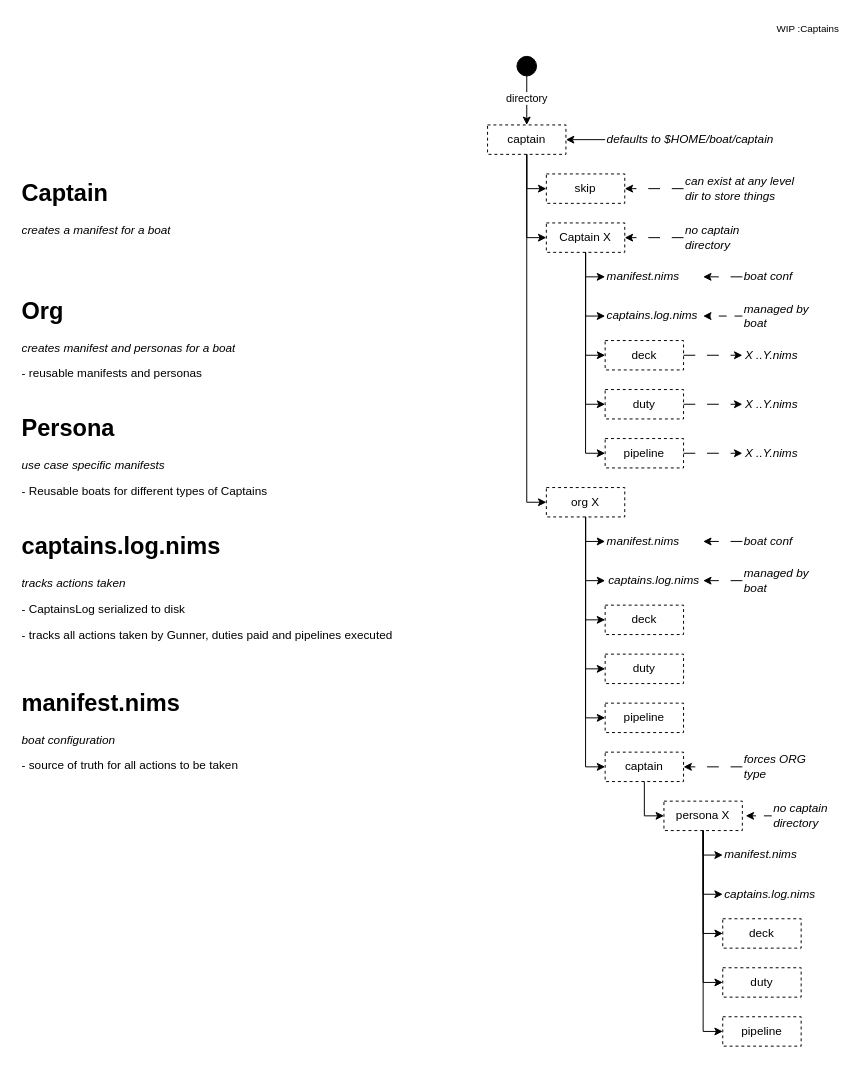
Before: page "captains" (3 of 6) of ADRs/boat_adr.drawio in nirv-ai/boat, a draw.io diagram. Source tidied: cells renumbered, new cells numbered last; positions are measured from the earlier drawing's top-left corner, leaving out a move shared by most shapes. Both pictures are drawn from the tidied source at 98%, with x=0, y=0 at pixel (17, 17).
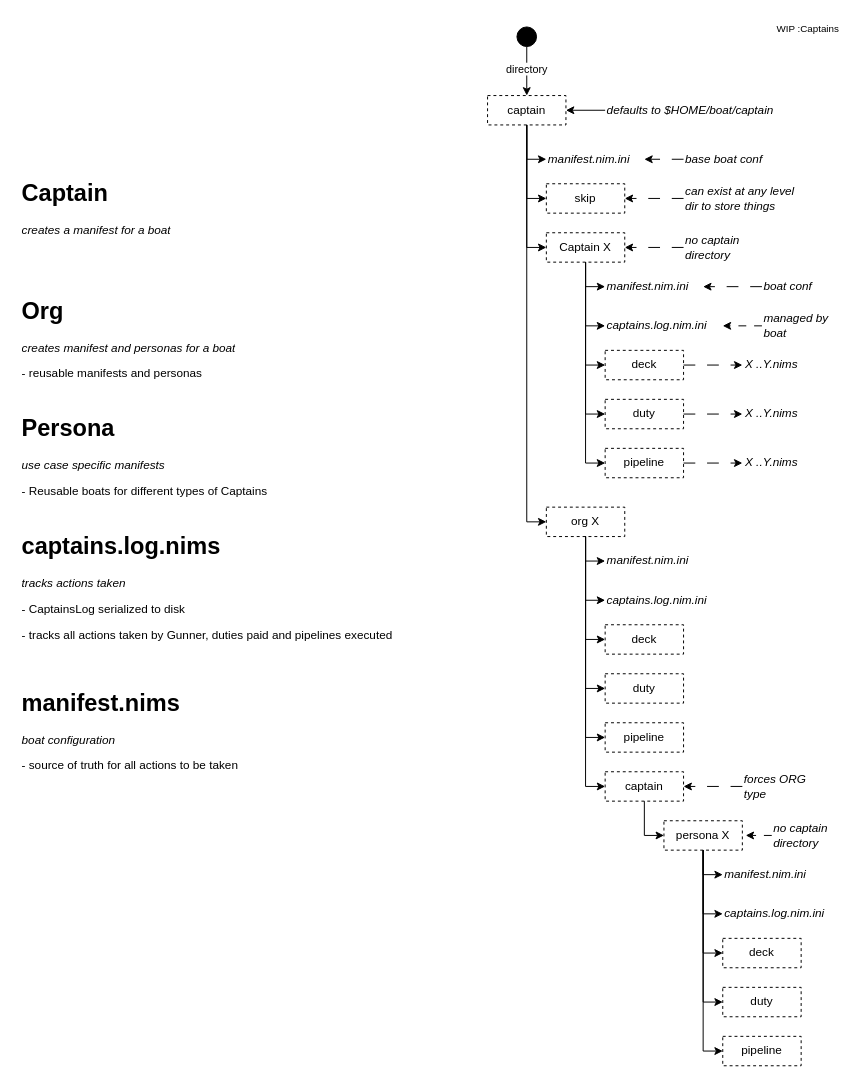
The same page after the edit.

Commit message (it also covers changes not shown here):
manifest scoping

Change to the diagram source:
```diff
@@
     <mxCell id="8" style="ellipse;whiteSpace=wrap;html=1;labelBackgroundColor=#504949;fillColor=#000000;" parent="1" vertex="1">
-      <mxGeometry x="510" y="40" width="20" height="20" as="geometry" />
+      <mxGeometry x="510" y="10" width="20" height="20" as="geometry" />
     </mxCell>
-    <mxCell id="9" value="captain" style="text;html=1;strokeColor=default;fillColor=none;align=center;verticalAlign=middle;whiteSpace=wrap;rounded=0;dashed=1;" parent="1" vertex="1">
-      <mxGeometry x="480" y="110" width="80" height="30" as="geometry" />
-    </mxCell>
@@
     <mxCell id="12" value="Captain X" style="text;html=1;strokeColor=default;fillColor=none;align=center;verticalAlign=middle;whiteSpace=wrap;rounded=0;dashed=1;" parent="1" vertex="1">
-      <mxGeometry x="540" y="210" width="80" height="30" as="geometry" />
+      <mxGeometry x="540" y="220" width="80" height="30" as="geometry" />
     </mxCell>
@@
     <mxCell id="14" value="deck" style="text;html=1;strokeColor=default;fillColor=none;align=center;verticalAlign=middle;whiteSpace=wrap;rounded=0;dashed=1;" parent="1" vertex="1">
-      <mxGeometry x="600" y="330" width="80" height="30" as="geometry" />
+      <mxGeometry x="600" y="340" width="80" height="30" as="geometry" />
     </mxCell>
@@
     <mxCell id="16" value="duty" style="text;html=1;strokeColor=default;fillColor=none;align=center;verticalAlign=middle;whiteSpace=wrap;rounded=0;dashed=1;" parent="1" vertex="1">
-      <mxGeometry x="600" y="380" width="80" height="30" as="geometry" />
+      <mxGeometry x="600" y="390" width="80" height="30" as="geometry" />
     </mxCell>
@@
     <mxCell id="19" value="org X" style="text;html=1;strokeColor=default;fillColor=none;align=center;verticalAlign=middle;whiteSpace=wrap;rounded=0;dashed=1;" parent="1" vertex="1">
-      <mxGeometry x="540" y="480" width="80" height="30" as="geometry" />
+      <mxGeometry x="540" y="500" width="80" height="30" as="geometry" />
     </mxCell>
@@
     <mxCell id="21" value="deck" style="text;html=1;strokeColor=default;fillColor=none;align=center;verticalAlign=middle;whiteSpace=wrap;rounded=0;dashed=1;" parent="1" vertex="1">
-      <mxGeometry x="600" y="600" width="80" height="30" as="geometry" />
+      <mxGeometry x="600" y="620" width="80" height="30" as="geometry" />
     </mxCell>
@@
     <mxCell id="23" value="duty" style="text;html=1;strokeColor=default;fillColor=none;align=center;verticalAlign=middle;whiteSpace=wrap;rounded=0;dashed=1;" parent="1" vertex="1">
-      <mxGeometry x="600" y="650" width="80" height="30" as="geometry" />
+      <mxGeometry x="600" y="670" width="80" height="30" as="geometry" />
     </mxCell>
@@
     <mxCell id="25" value="captain" style="text;html=1;strokeColor=default;fillColor=none;align=center;verticalAlign=middle;whiteSpace=wrap;rounded=0;dashed=1;" parent="1" vertex="1">
-      <mxGeometry x="600" y="750" width="80" height="30" as="geometry" />
+      <mxGeometry x="600" y="770" width="80" height="30" as="geometry" />
     </mxCell>
@@
-    <mxCell id="28" value="persona X" style="text;html=1;strokeColor=default;fillColor=none;align=center;verticalAlign=middle;whiteSpace=wrap;rounded=0;dashed=1;" parent="1" vertex="1">
-      <mxGeometry x="660" y="800" width="80" height="30" as="geometry" />
-    </mxCell>
@@
     <mxCell id="30" value="deck" style="text;html=1;strokeColor=default;fillColor=none;align=center;verticalAlign=middle;whiteSpace=wrap;rounded=0;dashed=1;" parent="1" vertex="1">
-      <mxGeometry x="720" y="920" width="80" height="30" as="geometry" />
+      <mxGeometry x="720" y="940" width="80" height="30" as="geometry" />
     </mxCell>
@@
     <mxCell id="32" value="duty" style="text;html=1;strokeColor=default;fillColor=none;align=center;verticalAlign=middle;whiteSpace=wrap;rounded=0;dashed=1;" parent="1" vertex="1">
-      <mxGeometry x="720" y="970" width="80" height="30" as="geometry" />
+      <mxGeometry x="720" y="990" width="80" height="30" as="geometry" />
     </mxCell>
@@
-    <mxCell id="34" style="edgeStyle=orthogonalEdgeStyle;rounded=0;jettySize=auto;html=1;entryX=1;entryY=0.5;entryDx=0;entryDy=0;strokeColor=default;dashed=1;dashPattern=12 12;exitX=0;exitY=0.5;exitDx=0;exitDy=0;" parent="1" edge="1" source="35" target="12">
-      <mxGeometry relative="1" as="geometry" />
-    </mxCell>
-    <mxCell id="35" value="no captain directory" style="text;html=1;strokeColor=none;fillColor=none;align=left;verticalAlign=middle;whiteSpace=wrap;rounded=0;fontStyle=2;" parent="1" vertex="1">
-      <mxGeometry x="680" y="210" width="80" height="30" as="geometry" />
-    </mxCell>
-    <mxCell id="36" value="X ..Y.nims" style="text;html=1;strokeColor=none;fillColor=none;align=center;verticalAlign=middle;whiteSpace=wrap;rounded=0;fontStyle=2;" parent="1" vertex="1">
-      <mxGeometry x="740" y="330" width="60" height="30" as="geometry" />
-    </mxCell>
-    <mxCell id="37" style="edgeStyle=orthogonalEdgeStyle;rounded=0;jettySize=auto;html=1;entryX=0;entryY=0.5;entryDx=0;entryDy=0;dashed=1;dashPattern=12 12;strokeColor=default;" parent="1" edge="1" source="14" target="36">
-      <mxGeometry relative="1" as="geometry" />
-    </mxCell>
-    <mxCell id="38" value="X ..Y.nims" style="text;html=1;strokeColor=none;fillColor=none;align=center;verticalAlign=middle;whiteSpace=wrap;rounded=0;fontStyle=2;" parent="1" vertex="1">
-      <mxGeometry x="740" y="380" width="60" height="30" as="geometry" />
-    </mxCell>
-    <mxCell id="39" style="edgeStyle=orthogonalEdgeStyle;rounded=0;jettySize=auto;html=1;entryX=0;entryY=0.5;entryDx=0;entryDy=0;dashed=1;dashPattern=12 12;strokeColor=default;" parent="1" edge="1" source="16" target="38">
-      <mxGeometry relative="1" as="geometry" />
-    </mxCell>
-    <mxCell id="40" style="edgeStyle=orthogonalEdgeStyle;rounded=0;jettySize=auto;html=1;entryX=1;entryY=0.5;entryDx=0;entryDy=0;strokeColor=default;dashed=1;dashPattern=12 12;" parent="1" edge="1" source="41" target="25">
-      <mxGeometry relative="1" as="geometry" />
-    </mxCell>
-    <mxCell id="41" value="forces ORG type" style="text;html=1;strokeColor=none;fillColor=none;align=left;verticalAlign=middle;whiteSpace=wrap;rounded=0;fontStyle=2;" parent="1" vertex="1">
-      <mxGeometry x="740" y="750" width="80" height="30" as="geometry" />
-    </mxCell>
     <mxCell id="42" value="skip" style="text;html=1;strokeColor=default;fillColor=none;align=center;verticalAlign=middle;whiteSpace=wrap;rounded=0;dashed=1;" parent="1" vertex="1">
-      <mxGeometry x="540" y="160" width="80" height="30" as="geometry" />
+      <mxGeometry x="540" y="170" width="80" height="30" as="geometry" />
     </mxCell>
@@
-    <mxCell id="44" style="edgeStyle=orthogonalEdgeStyle;rounded=0;jettySize=auto;html=1;entryX=1;entryY=0.5;entryDx=0;entryDy=0;dashed=1;dashPattern=12 12;" parent="1" edge="1" source="45" target="42">
-      <mxGeometry relative="1" as="geometry" />
-    </mxCell>
-    <mxCell id="45" value="can exist at any level&lt;br&gt;dir to store things" style="text;html=1;strokeColor=none;fillColor=none;align=left;verticalAlign=middle;whiteSpace=wrap;rounded=0;fontStyle=2;" parent="1" vertex="1">
-      <mxGeometry x="680" y="160" width="120" height="30" as="geometry" />
-    </mxCell>
     <mxCell id="46" value="pipeline" style="text;html=1;strokeColor=default;fillColor=none;align=center;verticalAlign=middle;whiteSpace=wrap;rounded=0;dashed=1;" parent="1" vertex="1">
-      <mxGeometry x="600" y="430" width="80" height="30" as="geometry" />
+      <mxGeometry x="600" y="440" width="80" height="30" as="geometry" />
     </mxCell>
@@
-    <mxCell id="48" value="X ..Y.nims" style="text;html=1;strokeColor=none;fillColor=none;align=center;verticalAlign=middle;whiteSpace=wrap;rounded=0;fontStyle=2;" parent="1" vertex="1">
-      <mxGeometry x="740" y="430" width="60" height="30" as="geometry" />
-    </mxCell>
-    <mxCell id="49" style="edgeStyle=orthogonalEdgeStyle;rounded=0;jettySize=auto;html=1;strokeColor=default;dashed=1;dashPattern=12 12;" parent="1" edge="1" source="46" target="48">
-      <mxGeometry relative="1" as="geometry" />
-    </mxCell>
     <mxCell id="50" value="pipeline" style="text;html=1;strokeColor=default;fillColor=none;align=center;verticalAlign=middle;whiteSpace=wrap;rounded=0;dashed=1;" parent="1" vertex="1">
-      <mxGeometry x="600" y="700" width="80" height="30" as="geometry" />
+      <mxGeometry x="600" y="720" width="80" height="30" as="geometry" />
     </mxCell>
@@
     <mxCell id="52" value="pipeline" style="text;html=1;strokeColor=default;fillColor=none;align=center;verticalAlign=middle;whiteSpace=wrap;rounded=0;dashed=1;" parent="1" vertex="1">
-      <mxGeometry x="720" y="1020" width="80" height="30" as="geometry" />
+      <mxGeometry x="720" y="1040" width="80" height="30" as="geometry" />
     </mxCell>
@@
-    <mxCell id="56" value="manifest.nims" style="text;html=1;strokeColor=none;fillColor=none;align=left;verticalAlign=middle;whiteSpace=wrap;rounded=0;fontStyle=2;" parent="1" vertex="1">
-      <mxGeometry x="720" y="840" width="80" height="30" as="geometry" />
+    <mxCell id="56" value="manifest.nim.ini" style="text;html=1;strokeColor=none;fillColor=none;align=left;verticalAlign=middle;whiteSpace=wrap;rounded=0;fontStyle=2;" parent="1" vertex="1">
+      <mxGeometry x="720" y="860" width="120" height="30" as="geometry" />
     </mxCell>
@@
+    <mxCell id="66" value="captains.log.nim.ini" style="text;html=1;strokeColor=none;fillColor=none;align=left;verticalAlign=middle;whiteSpace=wrap;rounded=0;fontStyle=2;" parent="1" vertex="1">
+      <mxGeometry x="720" y="900" width="120" height="30" as="geometry" />
+    </mxCell>
+    <mxCell id="79" style="group;" parent="1" vertex="1">
+      <mxGeometry x="740" y="770" width="80" height="30" as="geometry" />
+    </mxCell>
+    <mxCell id="41" value="forces ORG type" style="text;html=1;strokeColor=none;fillColor=none;align=left;verticalAlign=middle;whiteSpace=wrap;rounded=0;fontStyle=2;" parent="79" vertex="1">
+      <mxGeometry width="80" height="30" as="geometry" />
+    </mxCell>
+    <mxCell id="40" style="edgeStyle=orthogonalEdgeStyle;rounded=0;jettySize=auto;html=1;entryX=1;entryY=0.5;entryDx=0;entryDy=0;strokeColor=default;dashed=1;dashPattern=12 12;" parent="1" edge="1" source="41" target="25">
+      <mxGeometry relative="1" as="geometry" />
+    </mxCell>
+    <mxCell id="80" style="group;" parent="1" vertex="1">
+      <mxGeometry x="740" y="440" width="60" height="30" as="geometry" />
+    </mxCell>
+    <mxCell id="48" value="X ..Y.nims" style="text;html=1;strokeColor=none;fillColor=none;align=center;verticalAlign=middle;whiteSpace=wrap;rounded=0;fontStyle=2;" parent="80" vertex="1">
+      <mxGeometry width="60" height="30" as="geometry" />
+    </mxCell>
+    <mxCell id="49" style="edgeStyle=orthogonalEdgeStyle;rounded=0;jettySize=auto;html=1;strokeColor=default;dashed=1;dashPattern=12 12;" parent="80" edge="1" source="46" target="48">
+      <mxGeometry relative="1" as="geometry" />
+    </mxCell>
+    <mxCell id="81" style="group;" parent="1" vertex="1">
+      <mxGeometry x="740" y="390" width="60" height="30" as="geometry" />
+    </mxCell>
+    <mxCell id="38" value="X ..Y.nims" style="text;html=1;strokeColor=none;fillColor=none;align=center;verticalAlign=middle;whiteSpace=wrap;rounded=0;fontStyle=2;" parent="81" vertex="1">
+      <mxGeometry width="60" height="30" as="geometry" />
+    </mxCell>
+    <mxCell id="39" style="edgeStyle=orthogonalEdgeStyle;rounded=0;jettySize=auto;html=1;entryX=0;entryY=0.5;entryDx=0;entryDy=0;dashed=1;dashPattern=12 12;strokeColor=default;" parent="81" edge="1" source="16" target="38">
+      <mxGeometry relative="1" as="geometry" />
+    </mxCell>
+    <mxCell id="82" style="group;" parent="1" vertex="1">
+      <mxGeometry x="740" y="340" width="60" height="30" as="geometry" />
+    </mxCell>
+    <mxCell id="36" value="X ..Y.nims" style="text;html=1;strokeColor=none;fillColor=none;align=center;verticalAlign=middle;whiteSpace=wrap;rounded=0;fontStyle=2;" parent="82" vertex="1">
+      <mxGeometry width="60" height="30" as="geometry" />
+    </mxCell>
+    <mxCell id="37" style="edgeStyle=orthogonalEdgeStyle;rounded=0;jettySize=auto;html=1;entryX=0;entryY=0.5;entryDx=0;entryDy=0;dashed=1;dashPattern=12 12;strokeColor=default;" parent="82" edge="1" source="14" target="36">
+      <mxGeometry relative="1" as="geometry" />
+    </mxCell>
+    <mxCell id="83" style="group;" parent="1" vertex="1">
+      <mxGeometry x="680" y="220" width="80" height="30" as="geometry" />
+    </mxCell>
+    <mxCell id="35" value="no captain directory" style="text;html=1;strokeColor=none;fillColor=none;align=left;verticalAlign=middle;whiteSpace=wrap;rounded=0;fontStyle=2;" parent="83" vertex="1">
+      <mxGeometry width="80" height="30" as="geometry" />
+    </mxCell>
+    <mxCell id="34" style="edgeStyle=orthogonalEdgeStyle;rounded=0;jettySize=auto;html=1;entryX=1;entryY=0.5;entryDx=0;entryDy=0;strokeColor=default;dashed=1;dashPattern=12 12;exitX=0;exitY=0.5;exitDx=0;exitDy=0;" parent="1" edge="1" source="35" target="12">
+      <mxGeometry relative="1" as="geometry" />
+    </mxCell>
+    <mxCell id="84" style="group;" parent="1" vertex="1">
+      <mxGeometry x="680" y="170" width="120" height="30" as="geometry" />
+    </mxCell>
+    <mxCell id="45" value="can exist at any level&lt;br&gt;dir to store things" style="text;html=1;strokeColor=none;fillColor=none;align=left;verticalAlign=middle;whiteSpace=wrap;rounded=0;fontStyle=2;" parent="84" vertex="1">
+      <mxGeometry width="120" height="30" as="geometry" />
+    </mxCell>
+    <mxCell id="44" style="edgeStyle=orthogonalEdgeStyle;rounded=0;jettySize=auto;html=1;entryX=1;entryY=0.5;entryDx=0;entryDy=0;dashed=1;dashPattern=12 12;" parent="1" edge="1" source="45" target="42">
+      <mxGeometry relative="1" as="geometry" />
+    </mxCell>
+    <mxCell id="85" style="group;" parent="1" vertex="1">
+      <mxGeometry x="660" y="820" width="180" height="30" as="geometry" />
+    </mxCell>
+    <mxCell id="28" value="persona X" style="text;html=1;strokeColor=default;fillColor=none;align=center;verticalAlign=middle;whiteSpace=wrap;rounded=0;dashed=1;" parent="85" vertex="1">
+      <mxGeometry width="80" height="30" as="geometry" />
+    </mxCell>
+    <mxCell id="86" style="group;" parent="85" vertex="1">
+      <mxGeometry x="110" width="70" height="30" as="geometry" />
+    </mxCell>
+    <mxCell id="61" value="no captain directory" style="text;html=1;strokeColor=none;fillColor=none;align=left;verticalAlign=middle;whiteSpace=wrap;rounded=0;fontStyle=2;" parent="86" vertex="1">
+      <mxGeometry width="70" height="30" as="geometry" />
+    </mxCell>
+    <mxCell id="60" style="edgeStyle=orthogonalEdgeStyle;rounded=0;jettySize=auto;html=1;entryX=1.043;entryY=0.498;entryDx=0;entryDy=0;entryPerimeter=0;dashed=1;dashPattern=8 8;" parent="85" edge="1" source="61" target="28">
+      <mxGeometry relative="1" as="geometry" />
+    </mxCell>
+    <mxCell id="87" style="edgeStyle=orthogonalEdgeStyle;rounded=0;jettySize=auto;html=1;entryX=0;entryY=0.5;entryDx=0;entryDy=0;" parent="1" edge="1" source="9" target="90">
+      <mxGeometry relative="1" as="geometry" />
+    </mxCell>
+    <mxCell id="9" value="captain" style="text;html=1;strokeColor=default;fillColor=none;align=center;verticalAlign=middle;whiteSpace=wrap;rounded=0;dashed=1;" parent="1" vertex="1">
+      <mxGeometry x="480" y="80" width="80" height="30" as="geometry" />
+    </mxCell>
+    <mxCell id="88" style="group;" parent="1" vertex="1">
+      <mxGeometry x="600" y="80" width="190" height="30" as="geometry" />
+    </mxCell>
+    <mxCell id="59" value="defaults to $HOME/boat/captain" style="text;html=1;strokeColor=none;fillColor=none;align=left;verticalAlign=middle;whiteSpace=wrap;rounded=0;fontStyle=2;" parent="88" vertex="1">
+      <mxGeometry width="190" height="30" as="geometry" />
+    </mxCell>
-    <mxCell id="58" style="edgeStyle=orthogonalEdgeStyle;rounded=0;jettySize=auto;html=1;entryX=1;entryY=0.5;entryDx=0;entryDy=0;strokeColor=default;" parent="1" edge="1" source="59" target="9">
+    <mxCell id="58" style="edgeStyle=orthogonalEdgeStyle;rounded=0;jettySize=auto;html=1;entryX=1;entryY=0.5;entryDx=0;entryDy=0;strokeColor=default;exitX=0;exitY=0.5;exitDx=0;exitDy=0;" parent="1" edge="1" source="59" target="9">
       <mxGeometry relative="1" as="geometry" />
     </mxCell>
-    <mxCell id="59" value="defaults to $HOME/boat/captain" style="text;html=1;strokeColor=none;fillColor=none;align=left;verticalAlign=middle;whiteSpace=wrap;rounded=0;fontStyle=2;" parent="1" vertex="1">
-      <mxGeometry x="600" y="110" width="190" height="30" as="geometry" />
-    </mxCell>
-    <mxCell id="60" style="edgeStyle=orthogonalEdgeStyle;rounded=0;jettySize=auto;html=1;entryX=1.043;entryY=0.498;entryDx=0;entryDy=0;entryPerimeter=0;dashed=1;dashPattern=8 8;" parent="1" edge="1" source="61" target="28">
-      <mxGeometry relative="1" as="geometry" />
-    </mxCell>
-    <mxCell id="61" value="no captain directory" style="text;html=1;strokeColor=none;fillColor=none;align=left;verticalAlign=middle;whiteSpace=wrap;rounded=0;fontStyle=2;" parent="1" vertex="1">
-      <mxGeometry x="770" y="800" width="70" height="30" as="geometry" />
-    </mxCell>
-    <mxCell id="62" style="group;" parent="1" vertex="1">
-      <mxGeometry x="600" y="290" width="240" height="30" as="geometry" />
-    </mxCell>
+    <mxCell id="89" style="group;" parent="1" vertex="1">
+      <mxGeometry x="540" y="130" width="240" height="30" as="geometry" />
+    </mxCell>
+    <mxCell id="90" value="manifest.nim.ini" style="text;html=1;strokeColor=none;fillColor=none;align=left;verticalAlign=middle;whiteSpace=wrap;rounded=0;fontStyle=2;" parent="89" vertex="1">
+      <mxGeometry width="100" height="30" as="geometry" />
+    </mxCell>
+    <mxCell id="91" style="edgeStyle=orthogonalEdgeStyle;rounded=0;jettySize=auto;html=1;entryX=1;entryY=0.5;entryDx=0;entryDy=0;strokeColor=default;dashed=1;dashPattern=12 12;" parent="89" edge="1" source="92" target="90">
+      <mxGeometry relative="1" as="geometry" />
+    </mxCell>
+    <mxCell id="92" value="base boat conf" style="text;html=1;strokeColor=none;fillColor=none;align=left;verticalAlign=middle;whiteSpace=wrap;rounded=0;fontStyle=2;" parent="89" vertex="1">
+      <mxGeometry x="140" width="100" height="30" as="geometry" />
+    </mxCell>
-    <mxCell id="63" value="captains.log.nims" style="text;html=1;strokeColor=none;fillColor=none;align=left;verticalAlign=middle;whiteSpace=wrap;rounded=0;fontStyle=2;" parent="62" vertex="1">
-      <mxGeometry width="100" height="30" as="geometry" />
+    <mxCell id="63" value="captains.log.nim.ini" style="text;html=1;strokeColor=none;fillColor=none;align=left;verticalAlign=middle;whiteSpace=wrap;rounded=0;fontStyle=2;" parent="1" vertex="1">
+      <mxGeometry x="600" y="300" width="120" height="30" as="geometry" />
     </mxCell>
-    <mxCell id="64" style="edgeStyle=orthogonalEdgeStyle;rounded=0;jettySize=auto;html=1;entryX=1;entryY=0.5;entryDx=0;entryDy=0;dashed=1;dashPattern=8 8;" parent="62" edge="1" source="65" target="63">
+    <mxCell id="64" style="edgeStyle=orthogonalEdgeStyle;rounded=0;jettySize=auto;html=1;dashed=1;dashPattern=8 8;entryX=1;entryY=0.5;entryDx=0;entryDy=0;exitX=0;exitY=0.5;exitDx=0;exitDy=0;" parent="1" edge="1" source="65" target="63">
       <mxGeometry relative="1" as="geometry" />
     </mxCell>
-    <mxCell id="65" value="managed by &lt;br&gt;boat" style="text;html=1;strokeColor=none;fillColor=none;align=left;verticalAlign=middle;whiteSpace=wrap;rounded=0;fontStyle=2;" parent="62" vertex="1">
-      <mxGeometry x="140" width="100" height="30" as="geometry" />
+    <mxCell id="65" value="managed by &lt;br&gt;boat" style="text;html=1;strokeColor=none;fillColor=none;align=left;verticalAlign=middle;whiteSpace=wrap;rounded=0;fontStyle=2;" parent="1" vertex="1">
+      <mxGeometry x="760" y="300" width="80" height="30" as="geometry" />
     </mxCell>
-    <mxCell id="66" value="captains.log.nims" style="text;html=1;strokeColor=none;fillColor=none;align=left;verticalAlign=middle;whiteSpace=wrap;rounded=0;fontStyle=2;" parent="1" vertex="1">
-      <mxGeometry x="720" y="880" width="100" height="30" as="geometry" />
-    </mxCell>
-    <mxCell id="67" style="group;" parent="1" vertex="1">
-      <mxGeometry x="600" y="520" width="240" height="30" as="geometry" />
-    </mxCell>
-    <mxCell id="68" value="manifest.nims" style="text;html=1;strokeColor=none;fillColor=none;align=left;verticalAlign=middle;whiteSpace=wrap;rounded=0;fontStyle=2;" parent="67" vertex="1">
-      <mxGeometry width="100" height="30" as="geometry" />
-    </mxCell>
-    <mxCell id="69" style="edgeStyle=orthogonalEdgeStyle;rounded=0;jettySize=auto;html=1;entryX=1;entryY=0.5;entryDx=0;entryDy=0;strokeColor=default;dashed=1;dashPattern=12 12;" parent="67" edge="1" source="70" target="68">
-      <mxGeometry relative="1" as="geometry" />
-    </mxCell>
-    <mxCell id="70" value="boat conf" style="text;html=1;strokeColor=none;fillColor=none;align=left;verticalAlign=middle;whiteSpace=wrap;rounded=0;fontStyle=2;" parent="67" vertex="1">
-      <mxGeometry x="140" width="100" height="30" as="geometry" />
-    </mxCell>
-    <mxCell id="71" style="group;" parent="1" vertex="1">
-      <mxGeometry x="600" y="560" width="240" height="30" as="geometry" />
-    </mxCell>
-    <mxCell id="72" value="captains.log.nims" style="text;html=1;strokeColor=none;fillColor=none;align=center;verticalAlign=middle;whiteSpace=wrap;rounded=0;fontStyle=2;" parent="71" vertex="1">
-      <mxGeometry width="100" height="30" as="geometry" />
-    </mxCell>
-    <mxCell id="73" style="edgeStyle=orthogonalEdgeStyle;rounded=0;jettySize=auto;html=1;entryX=1;entryY=0.5;entryDx=0;entryDy=0;dashed=1;dashPattern=12 12;" parent="71" edge="1" source="74" target="72">
-      <mxGeometry relative="1" as="geometry" />
-    </mxCell>
-    <mxCell id="74" value="managed by &lt;br&gt;boat" style="text;html=1;strokeColor=none;fillColor=none;align=left;verticalAlign=middle;whiteSpace=wrap;rounded=0;fontStyle=2;" parent="71" vertex="1">
-      <mxGeometry x="140" width="100" height="30" as="geometry" />
-    </mxCell>
-    <mxCell id="75" style="group;" parent="1" vertex="1">
-      <mxGeometry x="600" y="250" width="240" height="30" as="geometry" />
-    </mxCell>
-    <mxCell id="76" value="manifest.nims" style="text;html=1;strokeColor=none;fillColor=none;align=left;verticalAlign=middle;whiteSpace=wrap;rounded=0;fontStyle=2;" parent="75" vertex="1">
-      <mxGeometry width="100" height="30" as="geometry" />
+    <mxCell id="76" value="manifest.nim.ini" style="text;html=1;strokeColor=none;fillColor=none;align=left;verticalAlign=middle;whiteSpace=wrap;rounded=0;fontStyle=2;" parent="1" vertex="1">
+      <mxGeometry x="600" y="260" width="100" height="30" as="geometry" />
     </mxCell>
-    <mxCell id="77" style="edgeStyle=orthogonalEdgeStyle;rounded=0;jettySize=auto;html=1;entryX=1;entryY=0.5;entryDx=0;entryDy=0;strokeColor=default;dashed=1;dashPattern=12 12;" parent="75" edge="1" source="78" target="76">
+    <mxCell id="77" style="edgeStyle=orthogonalEdgeStyle;rounded=0;jettySize=auto;html=1;entryX=1;entryY=0.5;entryDx=0;entryDy=0;strokeColor=default;dashed=1;dashPattern=12 12;exitX=0;exitY=0.5;exitDx=0;exitDy=0;" parent="1" edge="1" source="78" target="76">
       <mxGeometry relative="1" as="geometry" />
     </mxCell>
-    <mxCell id="78" value="boat conf" style="text;html=1;strokeColor=none;fillColor=none;align=left;verticalAlign=middle;whiteSpace=wrap;rounded=0;fontStyle=2;" parent="75" vertex="1">
-      <mxGeometry x="140" width="100" height="30" as="geometry" />
+    <mxCell id="78" value="boat conf" style="text;html=1;strokeColor=none;fillColor=none;align=left;verticalAlign=middle;whiteSpace=wrap;rounded=0;fontStyle=2;" parent="1" vertex="1">
+      <mxGeometry x="760" y="260" width="80" height="30" as="geometry" />
     </mxCell>
+    <mxCell id="68" value="manifest.nim.ini" style="text;html=1;strokeColor=none;fillColor=none;align=left;verticalAlign=middle;whiteSpace=wrap;rounded=0;fontStyle=2;" parent="1" vertex="1">
+      <mxGeometry x="600" y="540" width="100" height="30" as="geometry" />
+    </mxCell>
+    <mxCell id="72" value="captains.log.nim.ini" style="text;html=1;strokeColor=none;fillColor=none;align=left;verticalAlign=middle;whiteSpace=wrap;rounded=0;fontStyle=2;" parent="1" vertex="1">
+      <mxGeometry x="600" y="580" width="120" height="30" as="geometry" />
+    </mxCell>
```
